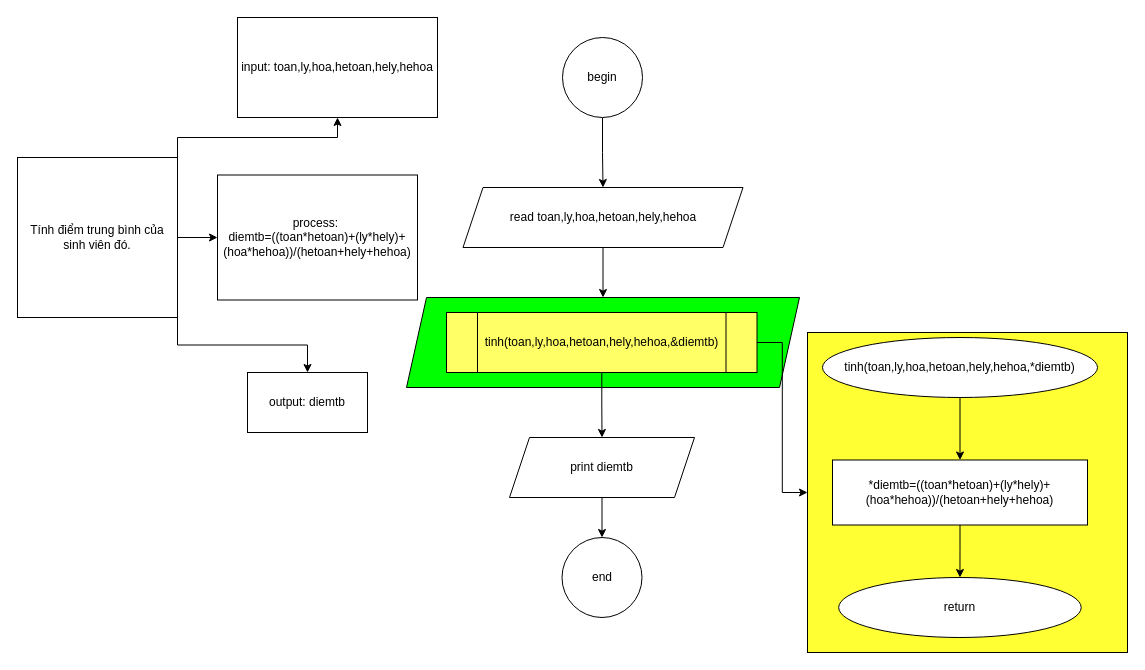
KhanhNguyen9872/DH_Gia_Dinh_K16 keeps this draw.io diagram as 06_04_2023/bai07.drawio. Above is the earlier version. Source tidied: cells renumbered, new cells numbered last; positions are measured from the earlier drawing's top-left corner, leaving out a move shared by most shapes. Both pictures are drawn from the tidied source at 100%, with x=0, y=0 at pixel (17, 17).
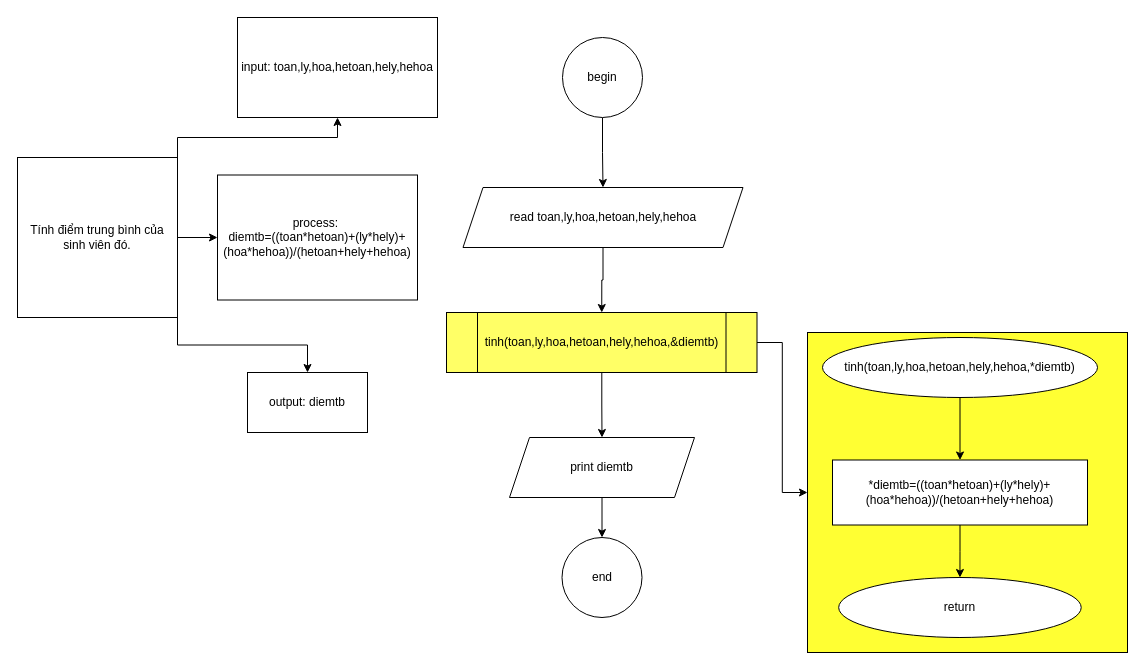
The same diagram, later.

The change refers to these unchanged cells:
```xml
<mxCell id="9" value="tinh(toan,ly,hoa,hetoan,hely,hehoa,&amp;amp;diemtb)" style="shape=process;whiteSpace=wrap;html=1;backgroundOutline=1;fillColor=#FFFF66;" parent="1" vertex="1">
  <mxGeometry x="429" y="295" width="310.5" height="60" as="geometry" />
</mxCell>
<mxCell id="19" value="read toan,ly,hoa,hetoan,hely,hehoa" style="shape=parallelogram;perimeter=parallelogramPerimeter;whiteSpace=wrap;html=1;fixedSize=1;" parent="1" vertex="1">
  <mxGeometry x="445.5" y="170" width="280" height="60" as="geometry" />
</mxCell>
```

Diff of the diagram source:
```diff
@@
-    <mxCell id="6" style="shape=parallelogram;perimeter=parallelogramPerimeter;whiteSpace=wrap;html=1;fixedSize=1;fillColor=#00FF00;" parent="1" vertex="1">
-      <mxGeometry x="389" y="280" width="393" height="90" as="geometry" />
-    </mxCell>
@@
-    <mxCell id="18" style="edgeStyle=orthogonalEdgeStyle;rounded=0;jettySize=auto;html=1;entryX=0.5;entryY=0;entryDx=0;entryDy=0;" parent="1" edge="1" source="19" target="6">
+    <mxCell id="18" style="edgeStyle=orthogonalEdgeStyle;rounded=0;jettySize=auto;html=1;entryX=0.5;entryY=0;entryDx=0;entryDy=0;" parent="1" edge="1" source="19" target="9">
       <mxGeometry relative="1" as="geometry" />
     </mxCell>
```
